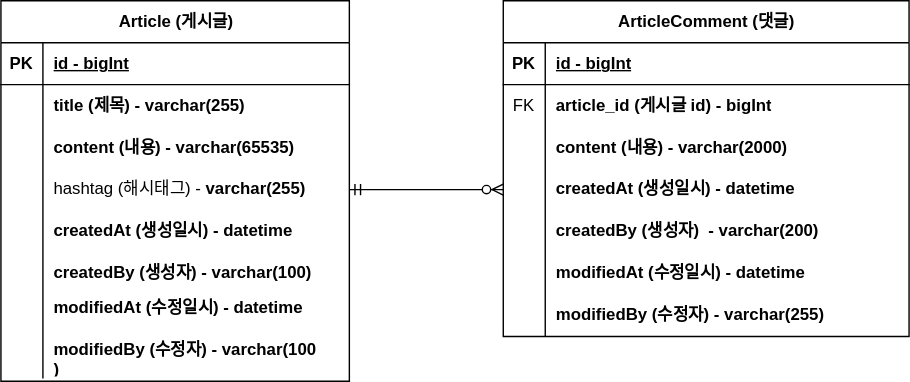
Above: document/project-board-erd.svg in khan0531/campus-project-board (draw.io), before the change. Source tidied: cells renumbered, new cells last; positions are measured from the earlier drawing's top-left corner, leaving out a move shared by most shapes.
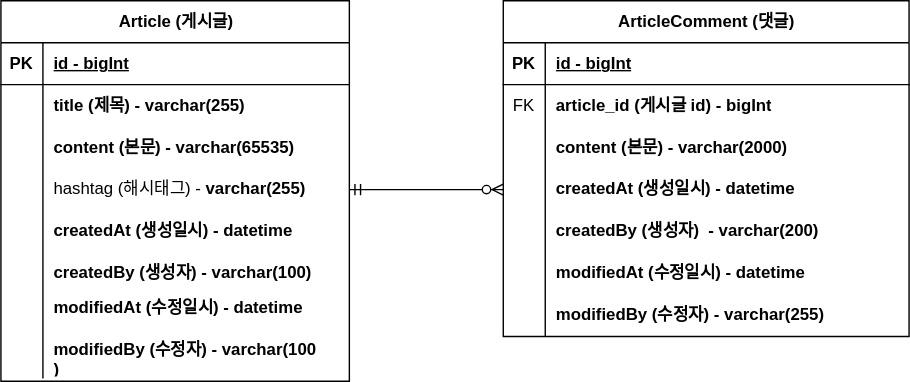
Later version of the same file.

Commit message:
#8 - ERD 주석 업데이트 project-board-erd.svg

Change to the diagram source:
```diff
@@ -29,7 +29,7 @@
     <mxCell id="10" style="shape=partialRectangle;fillColor=none;top=0;left=0;bottom=0;right=0;overflow=hidden;whiteSpace=wrap;html=1;" parent="9" vertex="1">
       <mxGeometry width="30" height="30" as="geometry" />
     </mxCell>
-    <mxCell id="11" value="content (내용) - varchar(65535)" style="shape=partialRectangle;fillColor=none;top=0;left=0;bottom=0;right=0;align=left;spacingLeft=6;overflow=hidden;whiteSpace=wrap;html=1;fontStyle=1;" parent="9" vertex="1">
+    <mxCell id="11" value="content (본문) - varchar(65535)" style="shape=partialRectangle;fillColor=none;top=0;left=0;bottom=0;right=0;align=left;spacingLeft=6;overflow=hidden;whiteSpace=wrap;html=1;fontStyle=1;" parent="9" vertex="1">
       <mxGeometry x="30" width="219" height="30" as="geometry" />
     </mxCell>
     <mxCell id="12" style="shape=tableRow;horizontal=0;startSize=0;swimlaneHead=0;swimlaneBody=0;fillColor=none;points=[[0,0.5],[1,0.5]];portConstraint=eastwest;top=0;left=0;right=0;bottom=0;" parent="2" vertex="1">
@@ -104,7 +104,7 @@
     <mxCell id="35" style="shape=partialRectangle;fillColor=none;top=0;left=0;bottom=0;right=0;overflow=hidden;whiteSpace=wrap;html=1;" parent="34" vertex="1">
       <mxGeometry width="30" height="30" as="geometry" />
     </mxCell>
-    <mxCell id="36" value="content (내용)&amp;nbsp;- varchar(2000)" style="shape=partialRectangle;fillColor=none;top=0;left=0;bottom=0;right=0;align=left;spacingLeft=6;overflow=hidden;whiteSpace=wrap;html=1;fontStyle=1;" parent="34" vertex="1">
+    <mxCell id="36" value="content (본문)&amp;nbsp;- varchar(2000)" style="shape=partialRectangle;fillColor=none;top=0;left=0;bottom=0;right=0;align=left;spacingLeft=6;overflow=hidden;whiteSpace=wrap;html=1;fontStyle=1;" parent="34" vertex="1">
       <mxGeometry x="30" width="260" height="30" as="geometry" />
     </mxCell>
     <mxCell id="37" style="shape=tableRow;horizontal=0;startSize=0;swimlaneHead=0;swimlaneBody=0;fillColor=none;points=[[0,0.5],[1,0.5]];portConstraint=eastwest;top=0;left=0;right=0;bottom=0;" parent="27" vertex="1">
```
